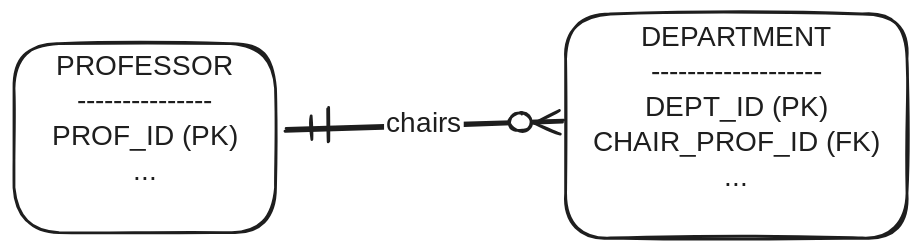
The Excalidraw diagram media/prof-dept-crow.excalidraw.svg in vk-db-modeling-fall-25/shared-notes, before a commit. Source tidied: one line per element, renumbered; positions are measured from the earlier drawing's top-left corner, leaving out a move shared by most shapes.
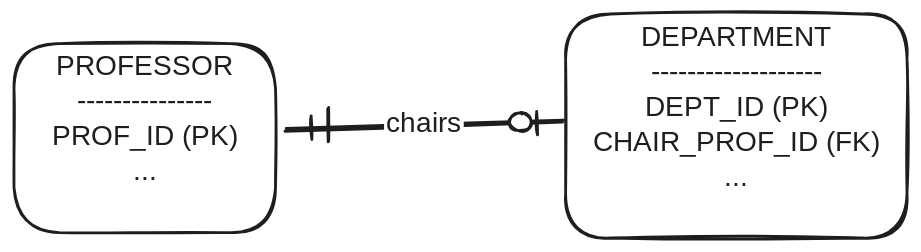
After the change.

Commit message:
fix erd typos

Diff of the diagram source:
```diff
@@ -2,7 +2,7 @@
 {"id": 1, "type": "text", "text": "PROFESSOR\n---------------\nPROF_ID (PK)\n...", "strokeColor": "#1e1e1e", "strokeWidth": 2, "roughness": 1, "fontSize": 20, "fontFamily": 5, "textAlign": "center", "inside": 0, "x": 19, "y": 26, "width": 148, "height": 100}
 {"id": 2, "type": "rectangle", "strokeColor": "#1e1e1e", "strokeWidth": 2, "roughness": 1, "round": true, "x": 394, "y": 0, "width": 244, "height": 160}
 {"id": 3, "type": "text", "text": "DEPARTMENT\n-------------------\nDEPT_ID (PK)\nCHAIR_PROF_ID (FK)\n...", "strokeColor": "#1e1e1e", "strokeWidth": 2, "roughness": 1, "fontSize": 20, "fontFamily": 5, "textAlign": "center", "inside": 2, "x": 404, "y": 5, "width": 224, "height": 125}
-{"id": 4, "type": "arrow", "strokeColor": "#1e1e1e", "strokeWidth": 2, "roughness": 1, "startArrowhead": "crowfoot_one", "endArrowhead": "crowfoot_many", "round": true, "from": 0, "to": 2, "x": 193, "y": 83, "width": 199, "height": 7, "points": [[0, 0], [199, -7]]}
+{"id": 4, "type": "arrow", "strokeColor": "#1e1e1e", "strokeWidth": 2, "roughness": 1, "startArrowhead": "crowfoot_one", "endArrowhead": "crowfoot_one", "round": true, "from": 0, "to": 2, "x": 193, "y": 83, "width": 199, "height": 7, "points": [[0, 0], [199, -7]]}
 {"id": 5, "type": "text", "text": "chairs", "strokeColor": "#1e1e1e", "strokeWidth": 2, "roughness": 1, "fontSize": 20, "fontFamily": 5, "textAlign": "center", "verticalAlign": "middle", "inside": 4, "x": 265, "y": 65, "width": 57, "height": 25}
 {"id": 6, "type": "line", "strokeColor": "#1e1e1e", "strokeWidth": 2, "roughness": 1, "round": true, "x": 225, "y": 67, "width": 0, "height": 24, "points": [[0, 0], [0, 24]]}
 {"id": 7, "type": "ellipse", "strokeColor": "#1e1e1e", "backgroundColor": "#ffffff", "fillStyle": "solid", "strokeWidth": 2, "roughness": 1, "round": true, "x": 354, "y": 71, "width": 16, "height": 13}
```
